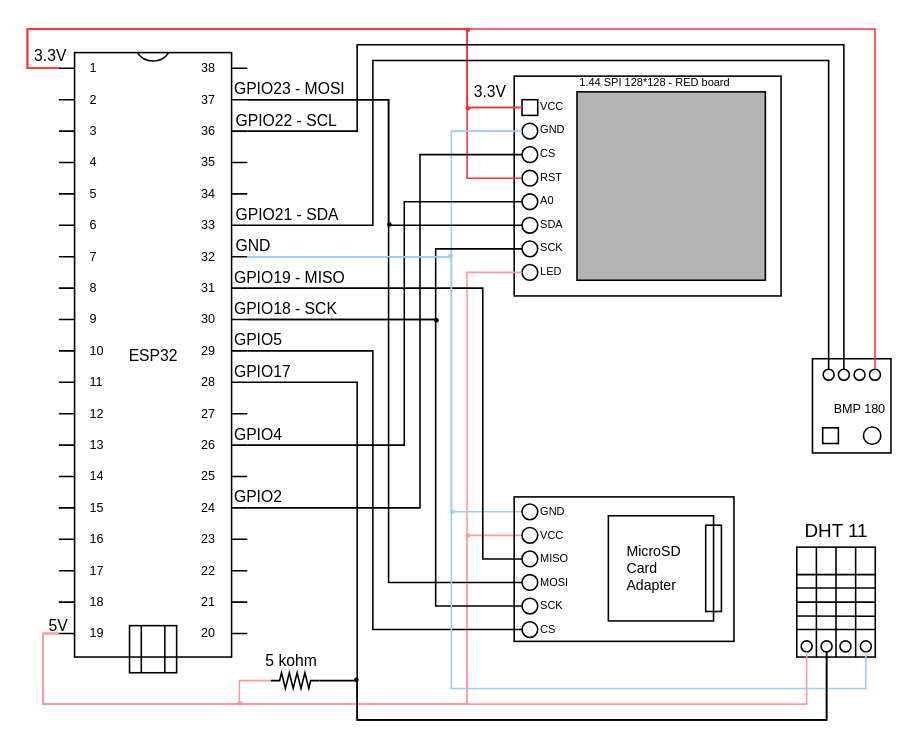
Earlier version of the draw.io diagram doc/electric_diagram.drawio (LDiegoM/meteo_station). Source tidied: cells renumbered, new cells numbered last; positions are measured from the earlier drawing's top-left corner, leaving out a move shared by most shapes. Both pictures are drawn from the tidied source at 157%, with x=0, y=0 at pixel (27, 27).
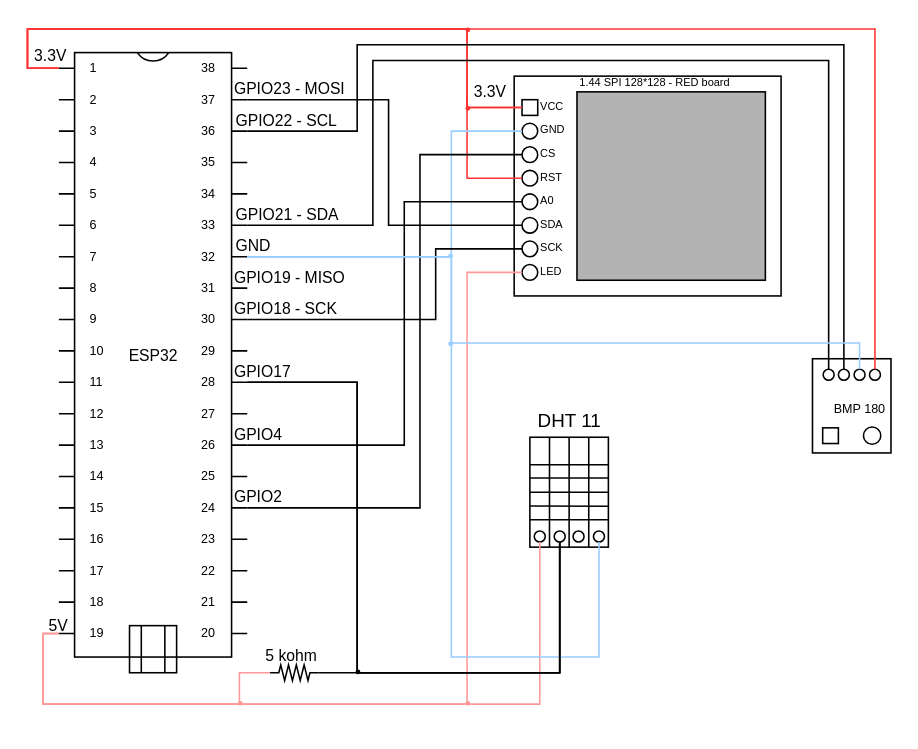
After the change.

The change refers to these unchanged cells:
```xml
<mxCell id="24" value="ESP32" style="shadow=0;dashed=0;align=center;fillColor=#ffffff;html=1;strokeWidth=1;shape=mxgraph.electrical.logic_gates.dual_inline_ic;labelNames=a,b,c,d,e,f,g,h,i,j,k,l,m,n,o,p,q,r,s,t;fontSize=10;rotation=0;flipV=1;direction=west;flipH=1;" parent="23" vertex="1">
  <mxGeometry width="120" height="385" as="geometry" />
</mxCell>
<mxCell id="73" style="group;" parent="1" vertex="1">
  <mxGeometry x="500" y="211" width="50" height="60" as="geometry" />
</mxCell>
<mxCell id="77" style="ellipse;whiteSpace=wrap;html=1;fillColor=none;" parent="73" vertex="1">
  <mxGeometry x="26.5" y="6.7" width="7" height="7" as="geometry" />
</mxCell>
```

Change to the diagram source:
```diff
@@
     <mxCell id="2" style="rounded=0;whiteSpace=wrap;html=1;" parent="1" vertex="1">
-      <mxGeometry x="490" y="331" width="50" height="70" as="geometry" />
+      <mxGeometry x="320" y="261" width="50" height="70" as="geometry" />
     </mxCell>
@@
-    <mxCell id="43" style="edgeStyle=orthogonalEdgeStyle;rounded=0;jettySize=auto;html=1;exitX=0;exitY=0;exitDx=0;exitDy=370;exitPerimeter=0;entryX=0;entryY=0.5;entryDx=0;entryDy=0;endArrow=none;endFill=0;strokeColor=#FF9999;fontSize=10;" parent="1" edge="1" source="24" target="51">
-      <mxGeometry relative="1" as="geometry">
-        <Array as="points">
-          <mxPoint x="10" y="386" />
-          <mxPoint x="10" y="431" />
-          <mxPoint x="280" y="431" />
-          <mxPoint x="280" y="323" />
-        </Array>
-      </mxGeometry>
-    </mxCell>
-    <mxCell id="44" style="edgeStyle=orthogonalEdgeStyle;rounded=0;jettySize=auto;html=1;exitX=1;exitY=0;exitDx=0;exitDy=130;exitPerimeter=0;entryX=0;entryY=0.5;entryDx=0;entryDy=0;endArrow=none;endFill=0;strokeColor=#99CCFF;fontSize=10;" parent="1" edge="1" source="24" target="50">
-      <mxGeometry relative="1" as="geometry">
-        <Array as="points">
-          <mxPoint x="270" y="146" />
-          <mxPoint x="270" y="309" />
-          <mxPoint x="315" y="309" />
-        </Array>
-      </mxGeometry>
-    </mxCell>
-    <mxCell id="45" style="group;" parent="1" vertex="1">
-      <mxGeometry x="310" y="299" width="140" height="92" as="geometry" />
-    </mxCell>
-    <mxCell id="46" style="rounded=0;whiteSpace=wrap;html=1;fillColor=none;fontSize=10;align=left;" parent="45" vertex="1">
-      <mxGeometry width="140" height="92" as="geometry" />
-    </mxCell>
-    <mxCell id="47" style="whiteSpace=wrap;html=1;fillColor=none;fontSize=10;align=left;" parent="45" vertex="1">
-      <mxGeometry x="60" y="12" width="67" height="67" as="geometry" />
-    </mxCell>
-    <mxCell id="48" style="rounded=0;whiteSpace=wrap;html=1;fillColor=none;fontSize=10;align=left;" parent="45" vertex="1">
-      <mxGeometry x="122" y="18" width="10" height="55" as="geometry" />
-    </mxCell>
-    <mxCell id="49" value="MicroSD&lt;br style=&quot;font-size: 9px;&quot;&gt;Card&lt;br style=&quot;font-size: 9px;&quot;&gt;Adapter&lt;br style=&quot;font-size: 9px;&quot;&gt;" style="text;html=1;strokeColor=none;fillColor=none;align=left;verticalAlign=middle;whiteSpace=wrap;rounded=0;fontSize=9;" parent="45" vertex="1">
-      <mxGeometry x="70" y="30.5" width="40" height="30" as="geometry" />
-    </mxCell>
-    <mxCell id="50" style="ellipse;whiteSpace=wrap;html=1;fillColor=none;" parent="45" vertex="1">
-      <mxGeometry x="5" y="4.5" width="10" height="10" as="geometry" />
-    </mxCell>
-    <mxCell id="51" style="ellipse;whiteSpace=wrap;html=1;fillColor=none;" parent="45" vertex="1">
-      <mxGeometry x="5" y="19.5" width="10" height="10" as="geometry" />
-    </mxCell>
-    <mxCell id="52" style="ellipse;whiteSpace=wrap;html=1;fillColor=none;" parent="45" vertex="1">
-      <mxGeometry x="5" y="34.5" width="10" height="10" as="geometry" />
-    </mxCell>
-    <mxCell id="53" style="ellipse;whiteSpace=wrap;html=1;fillColor=none;" parent="45" vertex="1">
-      <mxGeometry x="5" y="49.5" width="10" height="10" as="geometry" />
-    </mxCell>
-    <mxCell id="54" style="ellipse;whiteSpace=wrap;html=1;fillColor=none;" parent="45" vertex="1">
-      <mxGeometry x="5" y="64.5" width="10" height="10" as="geometry" />
-    </mxCell>
-    <mxCell id="55" style="ellipse;whiteSpace=wrap;html=1;fillColor=none;" parent="45" vertex="1">
-      <mxGeometry x="5" y="79.5" width="10" height="10" as="geometry" />
-    </mxCell>
-    <mxCell id="56" value="GND" style="text;html=1;strokeColor=none;fillColor=none;align=left;verticalAlign=middle;whiteSpace=wrap;rounded=0;fontSize=7;" parent="45" vertex="1">
-      <mxGeometry x="15" y="4.5" width="20" height="10" as="geometry" />
-    </mxCell>
-    <mxCell id="57" value="VCC" style="text;html=1;strokeColor=none;fillColor=none;align=left;verticalAlign=middle;whiteSpace=wrap;rounded=0;fontSize=7;" parent="45" vertex="1">
-      <mxGeometry x="15" y="19.5" width="20" height="10" as="geometry" />
-    </mxCell>
-    <mxCell id="58" value="MISO" style="text;html=1;strokeColor=none;fillColor=none;align=left;verticalAlign=middle;whiteSpace=wrap;rounded=0;fontSize=7;" parent="45" vertex="1">
-      <mxGeometry x="15" y="34.5" width="20" height="10" as="geometry" />
-    </mxCell>
-    <mxCell id="59" value="MOSI" style="text;html=1;strokeColor=none;fillColor=none;align=left;verticalAlign=middle;whiteSpace=wrap;rounded=0;fontSize=7;" parent="45" vertex="1">
-      <mxGeometry x="15" y="49.5" width="20" height="10" as="geometry" />
-    </mxCell>
-    <mxCell id="60" value="SCK" style="text;html=1;strokeColor=none;fillColor=none;align=left;verticalAlign=middle;whiteSpace=wrap;rounded=0;fontSize=7;" parent="45" vertex="1">
-      <mxGeometry x="15" y="64.5" width="20" height="10" as="geometry" />
-    </mxCell>
-    <mxCell id="61" value="CS" style="text;html=1;strokeColor=none;fillColor=none;align=left;verticalAlign=middle;whiteSpace=wrap;rounded=0;fontSize=7;" parent="45" vertex="1">
-      <mxGeometry x="15" y="79.5" width="20" height="10" as="geometry" />
-    </mxCell>
-    <mxCell id="62" style="edgeStyle=orthogonalEdgeStyle;rounded=0;jettySize=auto;html=1;exitX=1;exitY=0;exitDx=0;exitDy=150;exitPerimeter=0;entryX=0;entryY=0.5;entryDx=0;entryDy=0;endArrow=none;endFill=0;strokeColor=#000000;fontSize=9;" parent="1" edge="1" source="24" target="52">
-      <mxGeometry relative="1" as="geometry">
-        <Array as="points">
-          <mxPoint x="290" y="166" />
-          <mxPoint x="290" y="339" />
-          <mxPoint x="315" y="339" />
-        </Array>
-      </mxGeometry>
-    </mxCell>
-    <mxCell id="63" style="edgeStyle=orthogonalEdgeStyle;rounded=0;jettySize=auto;html=1;entryX=0;entryY=0.5;entryDx=0;entryDy=0;endArrow=none;endFill=0;fontSize=9;exitX=1;exitY=0;exitDx=0;exitDy=30;exitPerimeter=0;" parent="1" edge="1" source="24" target="53">
-      <mxGeometry relative="1" as="geometry">
-        <Array as="points">
-          <mxPoint x="230" y="46" />
-          <mxPoint x="230" y="354" />
-          <mxPoint x="315" y="354" />
-        </Array>
-      </mxGeometry>
-    </mxCell>
-    <mxCell id="64" style="edgeStyle=orthogonalEdgeStyle;rounded=0;jettySize=auto;html=1;exitX=1;exitY=0;exitDx=0;exitDy=190;exitPerimeter=0;entryX=0;entryY=0.5;entryDx=0;entryDy=0;endArrow=none;endFill=0;" parent="1" edge="1" source="24" target="55">
-      <mxGeometry relative="1" as="geometry">
-        <Array as="points">
-          <mxPoint x="220" y="206" />
-          <mxPoint x="220" y="384" />
-          <mxPoint x="315" y="384" />
-        </Array>
-      </mxGeometry>
-    </mxCell>
-    <mxCell id="65" style="edgeStyle=orthogonalEdgeStyle;rounded=0;jettySize=auto;html=1;exitX=1;exitY=0;exitDx=0;exitDy=170;exitPerimeter=0;entryX=0;entryY=0.5;entryDx=0;entryDy=0;endArrow=none;endFill=0;" parent="1" edge="1" source="24" target="54">
-      <mxGeometry relative="1" as="geometry">
-        <Array as="points">
-          <mxPoint x="260" y="186" />
-          <mxPoint x="260" y="369" />
-          <mxPoint x="315" y="369" />
-        </Array>
-      </mxGeometry>
-    </mxCell>
-    <mxCell id="66" style="ellipse;whiteSpace=wrap;html=1;fillColor=#000000;strokeColor=none;" parent="1" vertex="1">
-      <mxGeometry x="259" y="185" width="3" height="3" as="geometry" />
-    </mxCell>
-    <mxCell id="67" style="ellipse;whiteSpace=wrap;html=1;fillColor=#000000;strokeColor=none;" parent="1" vertex="1">
-      <mxGeometry x="229" y="124" width="3" height="3" as="geometry" />
-    </mxCell>
@@
-    <mxCell id="70" value="GPIO5" style="text;html=1;strokeColor=none;fillColor=none;align=left;verticalAlign=middle;whiteSpace=wrap;rounded=0;fontSize=10;" parent="1" vertex="1">
-      <mxGeometry x="130" y="191" width="40" height="15" as="geometry" />
-    </mxCell>
@@
-    <mxCell id="72" style="ellipse;whiteSpace=wrap;html=1;fillColor=#FF9999;strokeColor=none;" parent="1" vertex="1">
-      <mxGeometry x="279" y="322" width="3" height="3" as="geometry" />
-    </mxCell>
@@
     <mxCell id="82" style="ellipse;whiteSpace=wrap;html=1;fillColor=none;flipH=1;flipV=1;" parent="73" vertex="1">
-      <mxGeometry x="-7.2" y="179.7" width="7" height="7" as="geometry" />
+      <mxGeometry x="-177.2" y="109.7" width="7" height="7" as="geometry" />
     </mxCell>
@@
     <mxCell id="90" style="endArrow=none;html=1;rounded=0;" parent="1" edge="1">
       <mxGeometry relative="1" as="geometry">
-        <mxPoint x="490" y="357" as="sourcePoint" />
-        <mxPoint x="540" y="357" as="targetPoint" />
+        <mxPoint x="320" y="287" as="sourcePoint" />
+        <mxPoint x="370" y="287" as="targetPoint" />
       </mxGeometry>
     </mxCell>
     <mxCell id="91" style="endArrow=none;html=1;rounded=0;entryX=1;entryY=0.25;entryDx=0;entryDy=0;exitX=0;exitY=0.5;exitDx=0;exitDy=0;" parent="1" edge="1" source="2">
       <mxGeometry relative="1" as="geometry">
-        <mxPoint x="540" y="366" as="targetPoint" />
+        <mxPoint x="370" y="296" as="targetPoint" />
       </mxGeometry>
     </mxCell>
     <mxCell id="92" style="endArrow=none;html=1;rounded=0;exitX=0.003;exitY=0.626;exitDx=0;exitDy=0;exitPerimeter=0;" parent="1" edge="1" source="2">
       <mxGeometry relative="1" as="geometry">
-        <mxPoint x="540" y="375" as="targetPoint" />
+        <mxPoint x="370" y="305" as="targetPoint" />
       </mxGeometry>
     </mxCell>
@@
     <mxCell id="97" style="ellipse;whiteSpace=wrap;html=1;fillColor=none;flipH=1;flipV=1;" parent="1" vertex="1">
-      <mxGeometry x="505.5" y="390.7" width="7" height="7" as="geometry" />
+      <mxGeometry x="335.5" y="320.7" width="7" height="7" as="geometry" />
     </mxCell>
     <mxCell id="98" style="ellipse;whiteSpace=wrap;html=1;fillColor=none;flipH=1;flipV=1;" parent="1" vertex="1">
-      <mxGeometry x="517.5" y="390.7" width="7" height="7" as="geometry" />
+      <mxGeometry x="347.5" y="320.7" width="7" height="7" as="geometry" />
     </mxCell>
     <mxCell id="99" style="ellipse;whiteSpace=wrap;html=1;fillColor=none;flipH=1;flipV=1;" parent="1" vertex="1">
-      <mxGeometry x="530.5" y="390.7" width="7" height="7" as="geometry" />
+      <mxGeometry x="360.5" y="320.7" width="7" height="7" as="geometry" />
     </mxCell>
     <mxCell id="100" value="DHT 11" style="text;html=1;align=center;verticalAlign=middle;strokeColor=none;fillColor=none;" parent="1" vertex="1">
-      <mxGeometry x="485" y="311" width="60" height="20" as="geometry" />
+      <mxGeometry x="315" y="241" width="60" height="20" as="geometry" />
     </mxCell>
     <mxCell id="101" style="edgeStyle=orthogonalEdgeStyle;rounded=0;jettySize=auto;html=1;endArrow=none;endFill=0;strokeColor=#FF9999;fontSize=10;entryX=0.5;entryY=1;entryDx=0;entryDy=0;exitX=0;exitY=0;exitDx=0;exitDy=370;exitPerimeter=0;" parent="1" edge="1" source="24" target="82">
       <mxGeometry relative="1" as="geometry">
         <Array as="points">
           <mxPoint x="10" y="386" />
           <mxPoint x="10" y="431" />
-          <mxPoint x="496" y="431" />
+          <mxPoint x="326" y="431" />
         </Array>
       </mxGeometry>
     </mxCell>
     <mxCell id="102" style="edgeStyle=orthogonalEdgeStyle;rounded=0;jettySize=auto;html=1;exitX=1;exitY=0;exitDx=0;exitDy=210;exitPerimeter=0;entryX=0.5;entryY=1;entryDx=0;entryDy=0;fontSize=10;endArrow=none;endFill=0;" parent="1" edge="1" source="24" target="97">
       <mxGeometry relative="1" as="geometry">
         <Array as="points">
           <mxPoint x="210" y="226" />
-          <mxPoint x="210" y="441" />
-          <mxPoint x="509" y="441" />
+          <mxPoint x="210" y="411" />
+          <mxPoint x="339" y="411" />
         </Array>
       </mxGeometry>
     </mxCell>
@@
     <mxCell id="104" style="edgeStyle=orthogonalEdgeStyle;rounded=0;jettySize=auto;html=1;exitX=1;exitY=0;exitDx=0;exitDy=130;exitPerimeter=0;entryX=0.5;entryY=1;entryDx=0;entryDy=0;fontSize=10;endArrow=none;endFill=0;strokeColor=#99CCFF;" parent="1" edge="1" source="24" target="99">
       <mxGeometry relative="1" as="geometry">
         <Array as="points">
           <mxPoint x="270" y="146" />
-          <mxPoint x="270" y="421" />
-          <mxPoint x="534" y="421" />
+          <mxPoint x="270" y="401" />
+          <mxPoint x="364" y="401" />
         </Array>
       </mxGeometry>
     </mxCell>
@@
-    <mxCell id="106" style="ellipse;whiteSpace=wrap;html=1;fillColor=#99CCFF;strokeColor=none;" parent="1" vertex="1">
-      <mxGeometry x="269" y="307" width="3" height="3" as="geometry" />
-    </mxCell>
@@
     <mxCell id="108" style="edgeStyle=orthogonalEdgeStyle;rounded=0;jettySize=auto;html=1;exitX=1;exitY=0.5;exitDx=0;exitDy=0;exitPerimeter=0;entryX=0.5;entryY=1;entryDx=0;entryDy=0;fontSize=10;endArrow=none;endFill=0;" parent="1" edge="1" source="110" target="97">
       <mxGeometry relative="1" as="geometry">
         <Array as="points">
-          <mxPoint x="210" y="416" />
-          <mxPoint x="210" y="441" />
-          <mxPoint x="509" y="441" />
+          <mxPoint x="186" y="411" />
+          <mxPoint x="339" y="411" />
         </Array>
       </mxGeometry>
     </mxCell>
     <mxCell id="109" style="edgeStyle=orthogonalEdgeStyle;rounded=0;jettySize=auto;html=1;exitX=0;exitY=0.5;exitDx=0;exitDy=0;exitPerimeter=0;entryX=0;entryY=0;entryDx=0;entryDy=370;entryPerimeter=0;fontSize=10;endArrow=none;endFill=0;strokeColor=#FF9999;" parent="1" edge="1" source="110" target="24">
       <mxGeometry relative="1" as="geometry">
         <Array as="points">
-          <mxPoint x="135" y="416" />
+          <mxPoint x="135" y="411" />
           <mxPoint x="135" y="431" />
           <mxPoint x="10" y="431" />
           <mxPoint x="10" y="386" />
         </Array>
       </mxGeometry>
     </mxCell>
     <mxCell id="110" style="verticalLabelPosition=bottom;shadow=0;dashed=0;align=center;html=1;verticalAlign=top;shape=mxgraph.electrical.resistors.resistor_2;" parent="1" vertex="1">
-      <mxGeometry x="155" y="411" width="31" height="10" as="geometry" />
+      <mxGeometry x="154.5" y="406" width="31" height="10" as="geometry" />
     </mxCell>
     <mxCell id="111" style="ellipse;whiteSpace=wrap;html=1;fillColor=#000000;strokeColor=none;" parent="1" vertex="1">
-      <mxGeometry x="208" y="414" width="3" height="3" as="geometry" />
+      <mxGeometry x="209" y="409" width="3" height="3" as="geometry" />
     </mxCell>
@@
     <mxCell id="113" value="5 kohm" style="text;html=1;strokeColor=none;fillColor=none;align=left;verticalAlign=middle;whiteSpace=wrap;rounded=0;fontSize=10;" parent="1" vertex="1">
-      <mxGeometry x="150" y="395" width="40" height="15" as="geometry" />
+      <mxGeometry x="150" y="392" width="40" height="15" as="geometry" />
     </mxCell>
+    <mxCell id="114" style="edgeStyle=orthogonalEdgeStyle;rounded=0;jettySize=auto;html=1;exitX=1;exitY=0;exitDx=0;exitDy=210;exitPerimeter=0;entryX=0.5;entryY=1;entryDx=0;entryDy=0;fontSize=10;endArrow=none;endFill=0;" parent="1" edge="1" source="24" target="97">
+      <mxGeometry relative="1" as="geometry">
+        <Array as="points">
+          <mxPoint x="210" y="226" />
+          <mxPoint x="210" y="411" />
+          <mxPoint x="339" y="411" />
+        </Array>
+      </mxGeometry>
+    </mxCell>
+    <mxCell id="115" style="ellipse;whiteSpace=wrap;html=1;fillColor=#FF9999;strokeColor=none;" parent="1" vertex="1">
+      <mxGeometry x="279" y="429" width="3" height="3" as="geometry" />
+    </mxCell>
+    <mxCell id="116" style="edgeStyle=orthogonalEdgeStyle;rounded=0;jettySize=auto;html=1;exitX=0.5;exitY=0;exitDx=0;exitDy=0;endArrow=none;endFill=0;strokeColor=#99CCFF;fontSize=10;entryX=1;entryY=0;entryDx=0;entryDy=130;entryPerimeter=0;" parent="1" edge="1" source="77" target="24">
+      <mxGeometry relative="1" as="geometry">
+        <Array as="points">
+          <mxPoint x="530" y="201" />
+          <mxPoint x="270" y="201" />
+          <mxPoint x="270" y="146" />
+        </Array>
+      </mxGeometry>
+    </mxCell>
+    <mxCell id="117" style="ellipse;whiteSpace=wrap;html=1;fillColor=#99CCFF;strokeColor=none;" parent="1" vertex="1">
+      <mxGeometry x="268" y="200" width="3" height="3" as="geometry" />
+    </mxCell>
```
